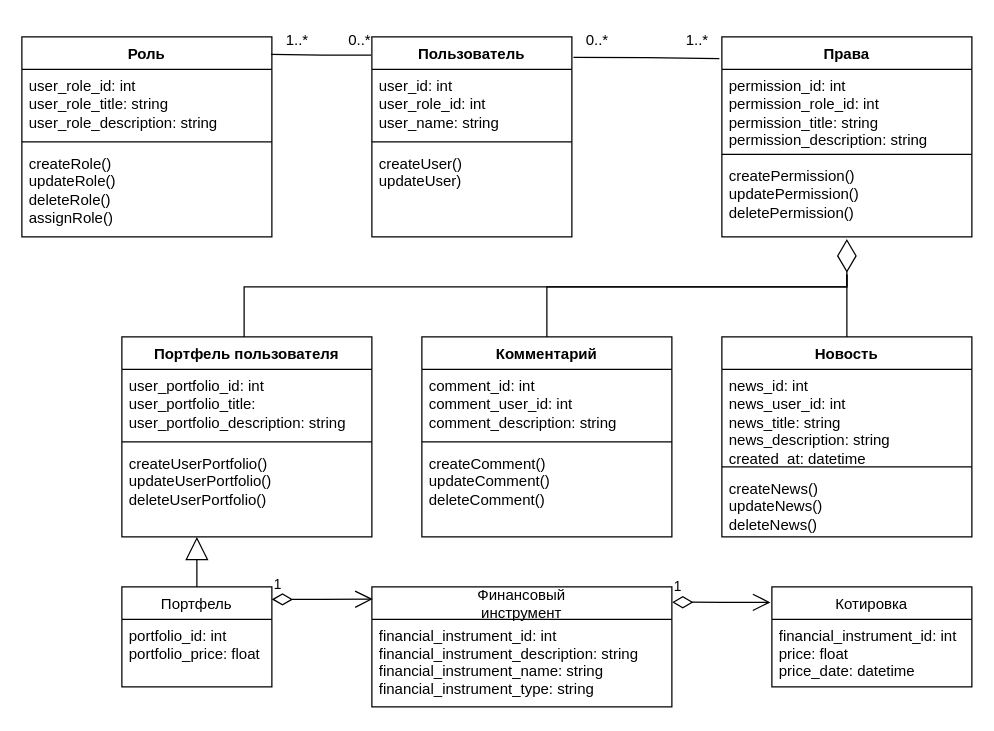
Above: Диаграмма без названия.drawio in epsil0n66/ProjectMethodsSlanina (draw.io), before the change. Source tidied: cells renumbered, new cells numbered last; positions are measured from the earlier drawing's top-left corner, leaving out a move shared by most shapes. Both pictures are drawn from the tidied source at 125%, with x=0, y=0 at pixel (21, 21).
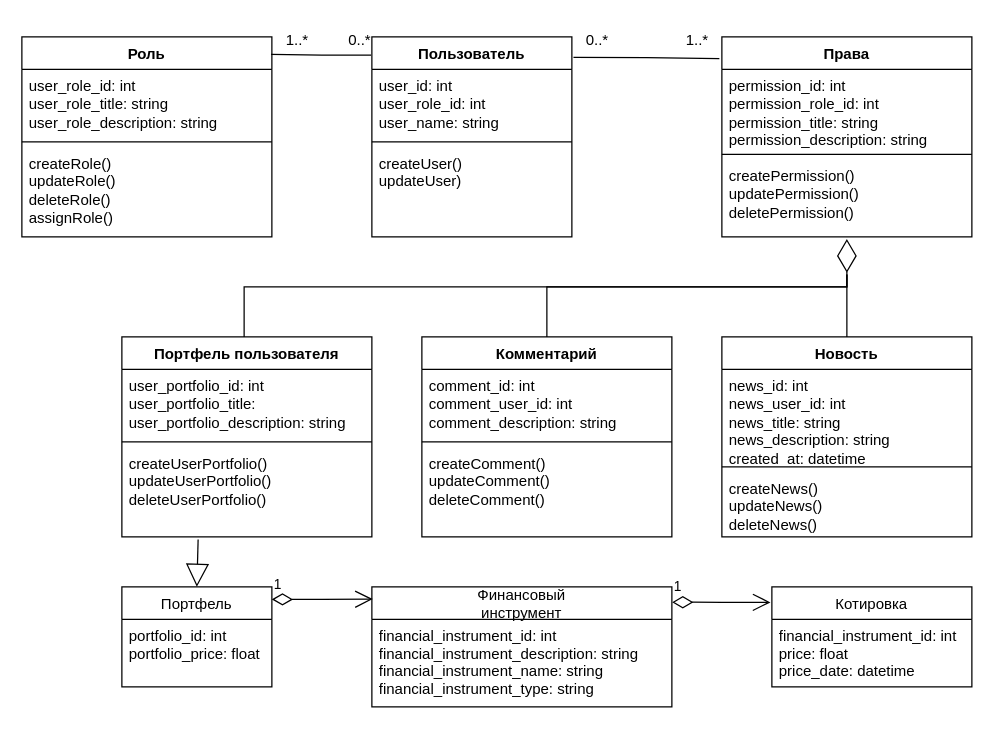
Above is the later version.

The change refers to these unchanged cells:
```xml
<mxCell id="4" value="Портфель" style="swimlane;fontStyle=0;horizontal=1;startSize=26;fillColor=none;" parent="1" vertex="1">
  <mxGeometry x="80" y="452" width="120" height="80" as="geometry" />
</mxCell>
<mxCell id="29" value="createUserPortfolio()&lt;br&gt;updateUserPortfolio()&lt;br&gt;deleteUserPortfolio()" style="text;strokeColor=none;fillColor=none;align=left;verticalAlign=top;spacingLeft=4;spacingRight=4;overflow=hidden;points=[[0,0.5],[1,0.5]];portConstraint=eastwest;whiteSpace=wrap;html=1;" parent="26" vertex="1">
  <mxGeometry y="88" width="200" height="72" as="geometry" />
</mxCell>
```

The edit, as a diff of the source:
```diff
@@
-    <mxCell id="37" style="endArrow=block;endSize=16;endFill=0;html=1;rounded=0;exitX=0.5;exitY=0;exitDx=0;exitDy=0;" parent="1" edge="1" source="4">
-      <mxGeometry relative="1" as="geometry">
-        <mxPoint x="140" y="412" as="targetPoint" />
-      </mxGeometry>
-    </mxCell>
@@
+    <mxCell id="44" style="endArrow=block;endSize=16;endFill=0;html=1;rounded=0;exitX=0.305;exitY=1.028;exitDx=0;exitDy=0;entryX=0.5;entryY=0;entryDx=0;entryDy=0;exitPerimeter=0;" parent="1" edge="1" source="29" target="4">
+      <mxGeometry relative="1" as="geometry" />
+    </mxCell>
```
